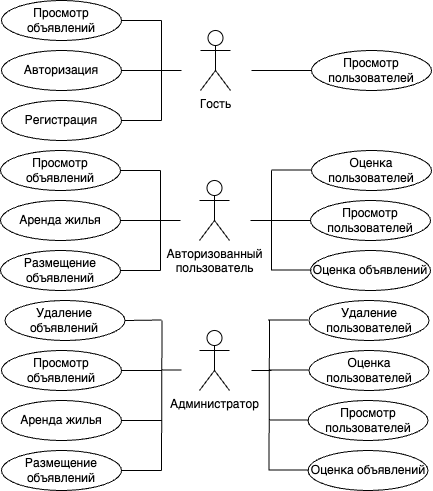
The draw.io diagram doc/img/use-case.png in Pangolierchick/IU7-PPO, before a commit. Source tidied: cells renumbered, new cells last; positions are measured from the earlier drawing's top-left corner, leaving out a move shared by most shapes.
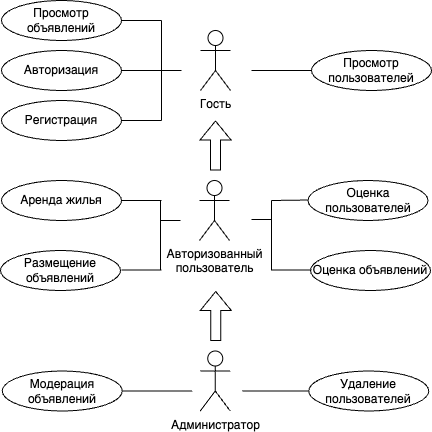
After the change.

Diff of the diagram source:
```diff
@@ -52,68 +52,53 @@
     <mxCell id="13" value="Авторизованный&lt;br&gt;пользователь" style="shape=umlActor;verticalLabelPosition=bottom;verticalAlign=top;html=1;labelBackgroundColor=none;rounded=0;" parent="1" vertex="1">
       <mxGeometry x="199" y="180" width="30" height="60" as="geometry" />
     </mxCell>
-    <mxCell id="14" value="Просмотр объявлений" style="ellipse;whiteSpace=wrap;html=1;labelBackgroundColor=none;rounded=0;" parent="1" vertex="1">
-      <mxGeometry y="150" width="120" height="40" as="geometry" />
-    </mxCell>
     <mxCell id="15" value="Аренда жилья" style="ellipse;whiteSpace=wrap;html=1;labelBackgroundColor=none;rounded=0;" parent="1" vertex="1">
-      <mxGeometry y="200" width="120" height="40" as="geometry" />
+      <mxGeometry x="1" y="180" width="120" height="40" as="geometry" />
     </mxCell>
     <mxCell id="16" value="Размещение объявлений" style="ellipse;whiteSpace=wrap;html=1;labelBackgroundColor=none;rounded=0;" parent="1" vertex="1">
       <mxGeometry y="250" width="120" height="40" as="geometry" />
     </mxCell>
-    <mxCell id="17" value="Просмотр пользователей" style="ellipse;whiteSpace=wrap;html=1;labelBackgroundColor=none;rounded=0;" parent="1" vertex="1">
-      <mxGeometry x="310" y="200" width="120" height="40" as="geometry" />
-    </mxCell>
-    <mxCell id="18" style="endArrow=none;html=1;rounded=0;exitX=1;exitY=0.5;exitDx=0;exitDy=0;" parent="1" edge="1" source="16">
+    <mxCell id="18" style="endArrow=none;html=1;rounded=0;exitX=1;exitY=0.5;exitDx=0;exitDy=0;" parent="1" edge="1">
       <mxGeometry relative="1" as="geometry">
-        <mxPoint x="160" y="270" as="targetPoint" />
+        <mxPoint x="121" y="269.5" as="sourcePoint" />
+        <mxPoint x="161" y="269.5" as="targetPoint" />
       </mxGeometry>
     </mxCell>
     <mxCell id="19" style="endArrow=none;html=1;rounded=0;" parent="1" edge="1">
       <mxGeometry relative="1" as="geometry">
-        <mxPoint x="160" y="170" as="sourcePoint" />
+        <mxPoint x="160" y="200" as="sourcePoint" />
         <mxPoint x="160" y="270" as="targetPoint" />
       </mxGeometry>
     </mxCell>
     <mxCell id="20" style="endArrow=none;html=1;rounded=0;exitX=1;exitY=0.5;exitDx=0;exitDy=0;" parent="1" edge="1" source="15">
       <mxGeometry relative="1" as="geometry">
-        <mxPoint x="160" y="220" as="targetPoint" />
+        <mxPoint x="161" y="200" as="targetPoint" />
       </mxGeometry>
     </mxCell>
-    <mxCell id="21" style="endArrow=none;html=1;rounded=0;exitX=1;exitY=0.5;exitDx=0;exitDy=0;" parent="1" edge="1" source="14">
-      <mxGeometry relative="1" as="geometry">
-        <mxPoint x="160" y="170" as="targetPoint" />
-      </mxGeometry>
-    </mxCell>
     <mxCell id="22" style="endArrow=none;html=1;rounded=0;" parent="1" edge="1">
       <mxGeometry relative="1" as="geometry">
         <mxPoint x="160" y="220" as="sourcePoint" />
         <mxPoint x="180" y="220" as="targetPoint" />
       </mxGeometry>
     </mxCell>
-    <mxCell id="23" style="endArrow=none;html=1;rounded=0;entryX=0;entryY=0.5;entryDx=0;entryDy=0;" parent="1" edge="1" target="17">
+    <mxCell id="23" style="endArrow=none;html=1;rounded=0;entryX=0;entryY=0.5;entryDx=0;entryDy=0;" parent="1" edge="1">
       <mxGeometry relative="1" as="geometry">
-        <mxPoint x="250" y="220" as="sourcePoint" />
+        <mxPoint x="271" y="200" as="sourcePoint" />
+        <mxPoint x="310" y="199.5" as="targetPoint" />
       </mxGeometry>
     </mxCell>
     <mxCell id="24" value="Оценка пользователей" style="ellipse;whiteSpace=wrap;html=1;labelBackgroundColor=none;rounded=0;" parent="1" vertex="1">
-      <mxGeometry x="311" y="150" width="120" height="40" as="geometry" />
+      <mxGeometry x="307.5" y="180" width="120" height="40" as="geometry" />
     </mxCell>
     <mxCell id="25" value="Оценка объявлений" style="ellipse;whiteSpace=wrap;html=1;labelBackgroundColor=none;rounded=0;" parent="1" vertex="1">
       <mxGeometry x="310" y="250" width="120" height="40" as="geometry" />
     </mxCell>
     <mxCell id="26" style="endArrow=none;html=1;rounded=0;" parent="1" edge="1">
       <mxGeometry relative="1" as="geometry">
-        <mxPoint x="271" y="170" as="sourcePoint" />
+        <mxPoint x="271" y="200" as="sourcePoint" />
         <mxPoint x="271" y="270" as="targetPoint" />
       </mxGeometry>
     </mxCell>
-    <mxCell id="27" style="endArrow=none;html=1;rounded=0;exitX=1;exitY=0.5;exitDx=0;exitDy=0;" parent="1" edge="1">
-      <mxGeometry relative="1" as="geometry">
-        <mxPoint x="271" y="169.5" as="sourcePoint" />
-        <mxPoint x="311" y="169.5" as="targetPoint" />
-      </mxGeometry>
-    </mxCell>
     <mxCell id="28" style="endArrow=none;html=1;rounded=0;exitX=1;exitY=0.5;exitDx=0;exitDy=0;" parent="1" edge="1">
       <mxGeometry relative="1" as="geometry">
         <mxPoint x="271" y="269.5" as="sourcePoint" />
@@ -121,99 +106,41 @@
       </mxGeometry>
     </mxCell>
     <mxCell id="29" value="Администратор" style="shape=umlActor;verticalLabelPosition=bottom;verticalAlign=top;html=1;labelBackgroundColor=none;rounded=0;" parent="1" vertex="1">
-      <mxGeometry x="199" y="330" width="30" height="60" as="geometry" />
+      <mxGeometry x="199.8" y="350.5" width="30" height="60" as="geometry" />
     </mxCell>
-    <mxCell id="30" value="Просмотр объявлений" style="ellipse;whiteSpace=wrap;html=1;labelBackgroundColor=none;rounded=0;" parent="1" vertex="1">
-      <mxGeometry x="1" y="350" width="120" height="40" as="geometry" />
-    </mxCell>
-    <mxCell id="31" value="Аренда жилья" style="ellipse;whiteSpace=wrap;html=1;labelBackgroundColor=none;rounded=0;" parent="1" vertex="1">
-      <mxGeometry x="1" y="400" width="120" height="40" as="geometry" />
-    </mxCell>
-    <mxCell id="32" value="Размещение объявлений" style="ellipse;whiteSpace=wrap;html=1;labelBackgroundColor=none;rounded=0;" parent="1" vertex="1">
-      <mxGeometry x="1" y="450" width="120" height="40" as="geometry" />
-    </mxCell>
-    <mxCell id="33" value="Просмотр пользователей" style="ellipse;whiteSpace=wrap;html=1;labelBackgroundColor=none;rounded=0;" parent="1" vertex="1">
-      <mxGeometry x="307.5" y="400" width="120" height="40" as="geometry" />
-    </mxCell>
-    <mxCell id="34" style="endArrow=none;html=1;rounded=0;exitX=1;exitY=0.5;exitDx=0;exitDy=0;" parent="1" edge="1" source="32">
-      <mxGeometry relative="1" as="geometry">
-        <mxPoint x="161" y="470" as="targetPoint" />
-      </mxGeometry>
-    </mxCell>
-    <mxCell id="35" style="endArrow=none;html=1;rounded=0;" parent="1" edge="1">
-      <mxGeometry relative="1" as="geometry">
-        <mxPoint x="161.5" y="320" as="sourcePoint" />
-        <mxPoint x="161" y="470" as="targetPoint" />
-      </mxGeometry>
-    </mxCell>
-    <mxCell id="36" style="endArrow=none;html=1;rounded=0;exitX=1;exitY=0.5;exitDx=0;exitDy=0;" parent="1" edge="1" source="31">
-      <mxGeometry relative="1" as="geometry">
-        <mxPoint x="161" y="420" as="targetPoint" />
-      </mxGeometry>
-    </mxCell>
-    <mxCell id="37" style="endArrow=none;html=1;rounded=0;exitX=1;exitY=0.5;exitDx=0;exitDy=0;" parent="1" edge="1" source="30">
-      <mxGeometry relative="1" as="geometry">
-        <mxPoint x="161" y="370" as="targetPoint" />
-      </mxGeometry>
-    </mxCell>
-    <mxCell id="38" value="Оценка пользователей" style="ellipse;whiteSpace=wrap;html=1;labelBackgroundColor=none;rounded=0;" parent="1" vertex="1">
-      <mxGeometry x="308.5" y="350" width="120" height="40" as="geometry" />
-    </mxCell>
-    <mxCell id="39" value="Оценка объявлений" style="ellipse;whiteSpace=wrap;html=1;labelBackgroundColor=none;rounded=0;" parent="1" vertex="1">
-      <mxGeometry x="307.5" y="450" width="120" height="40" as="geometry" />
-    </mxCell>
-    <mxCell id="40" style="endArrow=none;html=1;rounded=0;" parent="1" edge="1">
-      <mxGeometry relative="1" as="geometry">
-        <mxPoint x="269" y="320" as="sourcePoint" />
-        <mxPoint x="268.5" y="470" as="targetPoint" />
-      </mxGeometry>
-    </mxCell>
-    <mxCell id="41" style="endArrow=none;html=1;rounded=0;exitX=1;exitY=0.5;exitDx=0;exitDy=0;" parent="1" edge="1">
-      <mxGeometry relative="1" as="geometry">
-        <mxPoint x="268.5" y="369.5" as="sourcePoint" />
-        <mxPoint x="308.5" y="369.5" as="targetPoint" />
-      </mxGeometry>
-    </mxCell>
-    <mxCell id="42" style="endArrow=none;html=1;rounded=0;exitX=1;exitY=0.5;exitDx=0;exitDy=0;" parent="1" edge="1">
-      <mxGeometry relative="1" as="geometry">
-        <mxPoint x="268.5" y="469.5" as="sourcePoint" />
-        <mxPoint x="308.5" y="469.5" as="targetPoint" />
-      </mxGeometry>
-    </mxCell>
+    <mxCell id="50" style="edgeStyle=orthogonalEdgeStyle;rounded=0;jettySize=auto;html=1;exitX=1;exitY=0.5;exitDx=0;exitDy=0;endArrow=none;endFill=0;" parent="1" edge="1" source="43">
+      <mxGeometry relative="1" as="geometry">
+        <mxPoint x="191.8" y="390.5" as="targetPoint" />
+      </mxGeometry>
+    </mxCell>
-    <mxCell id="43" value="Удаление объявлений" style="ellipse;whiteSpace=wrap;html=1;labelBackgroundColor=none;rounded=0;" parent="1" vertex="1">
-      <mxGeometry x="4.5" y="300" width="120" height="40" as="geometry" />
+    <mxCell id="43" value="Модерация объявлений" style="ellipse;whiteSpace=wrap;html=1;labelBackgroundColor=none;rounded=0;" parent="1" vertex="1">
+      <mxGeometry x="1.8" y="370.5" width="120" height="40" as="geometry" />
     </mxCell>
+    <mxCell id="51" style="edgeStyle=orthogonalEdgeStyle;rounded=0;jettySize=auto;html=1;exitX=0;exitY=0.5;exitDx=0;exitDy=0;endArrow=none;endFill=0;" parent="1" edge="1" source="44">
+      <mxGeometry relative="1" as="geometry">
+        <mxPoint x="241.8" y="390.5" as="targetPoint" />
+      </mxGeometry>
+    </mxCell>
     <mxCell id="44" value="Удаление пользователей" style="ellipse;whiteSpace=wrap;html=1;labelBackgroundColor=none;rounded=0;" parent="1" vertex="1">
-      <mxGeometry x="308.5" y="300" width="120" height="40" as="geometry" />
+      <mxGeometry x="308.2" y="370.5" width="120" height="40" as="geometry" />
     </mxCell>
-    <mxCell id="45" style="endArrow=none;html=1;rounded=0;exitX=1;exitY=0.5;exitDx=0;exitDy=0;" parent="1" edge="1">
-      <mxGeometry relative="1" as="geometry">
-        <mxPoint x="269" y="419.5" as="sourcePoint" />
-        <mxPoint x="308.5" y="419.5" as="targetPoint" />
-      </mxGeometry>
-    </mxCell>
-    <mxCell id="46" style="endArrow=none;html=1;rounded=0;exitX=1;exitY=0.5;exitDx=0;exitDy=0;" parent="1" edge="1">
-      <mxGeometry relative="1" as="geometry">
-        <mxPoint x="267.5" y="319.5" as="sourcePoint" />
-        <mxPoint x="307.5" y="319.5" as="targetPoint" />
-      </mxGeometry>
-    </mxCell>
-    <mxCell id="47" style="endArrow=none;html=1;rounded=0;exitX=1;exitY=0.5;exitDx=0;exitDy=0;" parent="1" edge="1" source="43">
-      <mxGeometry relative="1" as="geometry">
-        <mxPoint x="161" y="319.5" as="targetPoint" />
-      </mxGeometry>
-    </mxCell>
-    <mxCell id="48" style="endArrow=none;html=1;rounded=0;" parent="1" edge="1">
-      <mxGeometry relative="1" as="geometry">
-        <mxPoint x="161" y="369.5" as="sourcePoint" />
-        <mxPoint x="181" y="369.5" as="targetPoint" />
-      </mxGeometry>
-    </mxCell>
-    <mxCell id="49" style="endArrow=none;html=1;rounded=0;" parent="1" edge="1">
-      <mxGeometry relative="1" as="geometry">
-        <mxPoint x="251" y="369.9" as="sourcePoint" />
-        <mxPoint x="271" y="369.9" as="targetPoint" />
-      </mxGeometry>
-    </mxCell>
+    <mxCell id="52" style="endArrow=none;html=1;rounded=0;" parent="1" edge="1">
+      <mxGeometry relative="1" as="geometry">
+        <mxPoint x="251" y="219" as="sourcePoint" />
+        <mxPoint x="271" y="219" as="targetPoint" />
+      </mxGeometry>
+    </mxCell>
+    <mxCell id="53" style="shape=flexArrow;endArrow=classic;html=1;rounded=0;" parent="1" edge="1">
+      <mxGeometry relative="1" as="geometry">
+        <mxPoint x="215" y="170" as="sourcePoint" />
+        <mxPoint x="215" y="120" as="targetPoint" />
+      </mxGeometry>
+    </mxCell>
+    <mxCell id="54" style="shape=flexArrow;endArrow=classic;html=1;rounded=0;" parent="1" edge="1">
+      <mxGeometry relative="1" as="geometry">
+        <mxPoint x="215.2" y="340.5" as="sourcePoint" />
+        <mxPoint x="215.2" y="290.5" as="targetPoint" />
+      </mxGeometry>
+    </mxCell>
   </root>
 </mxGraphModel>
```
